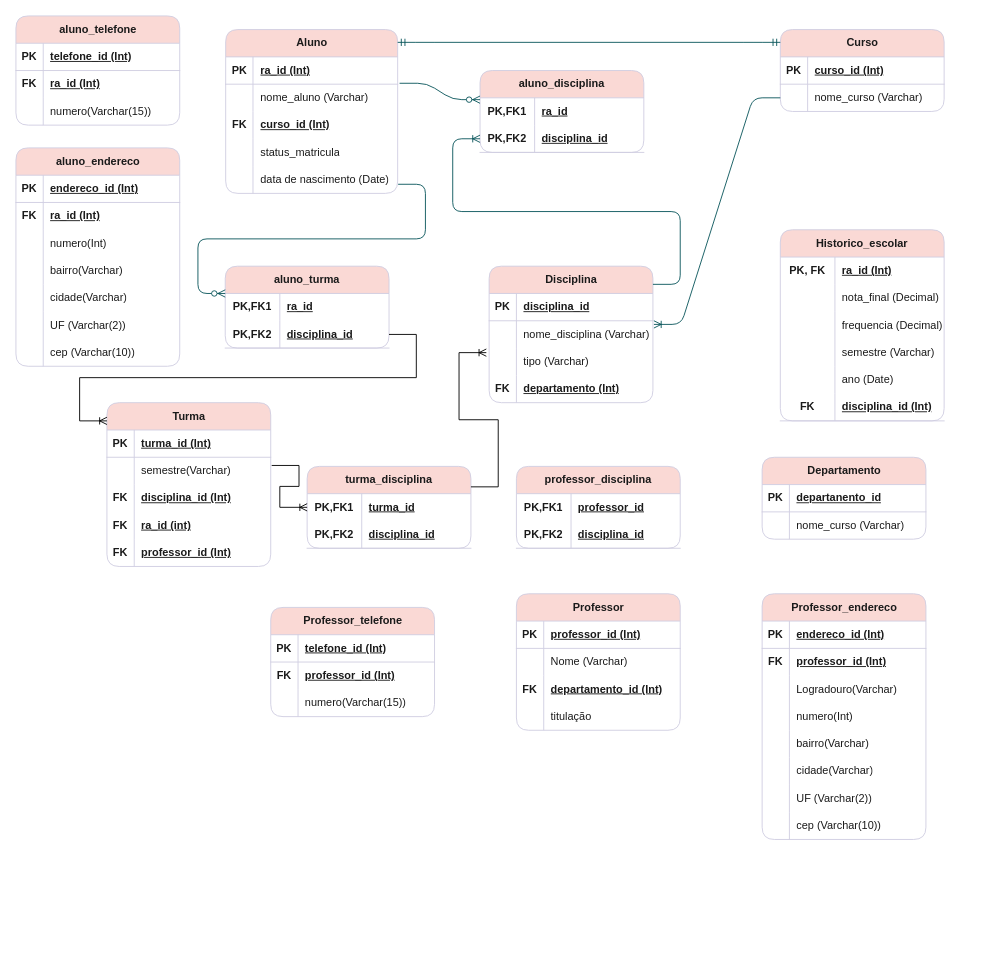
This is faculdadebd.drawio from Laraewellen/Banco-de-dados-teste, a draw.io file, before an edit. Source tidied: cells renumbered, new cells numbered last; positions are measured from the earlier drawing's top-left corner, leaving out a move shared by most shapes. Both pictures are drawn from the tidied source at 91%, with x=0, y=0 at pixel (15, 15).
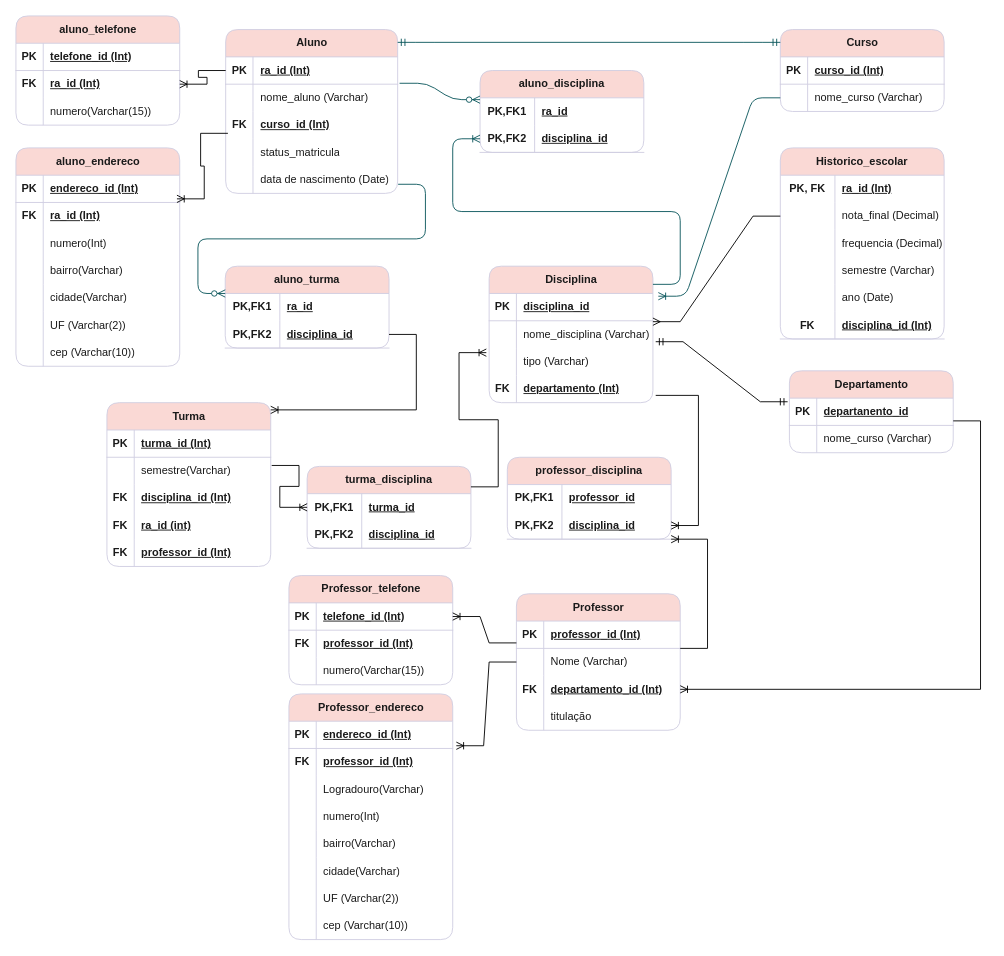
Above is the later version.

The change refers to these unchanged cells:
```xml
<mxCell id="3" style="shape=tableRow;horizontal=0;startSize=0;swimlaneHead=0;swimlaneBody=0;fillColor=none;points=[[0,0.5],[1,0.5]];portConstraint=eastwest;top=0;left=0;right=0;bottom=1;labelBackgroundColor=none;strokeColor=#D0CEE2;fontColor=#1A1A1A;rounded=1;" parent="2" vertex="1">
  <mxGeometry y="30" width="189" height="30" as="geometry" />
</mxCell>
<mxCell id="9" style="shape=tableRow;horizontal=0;startSize=0;swimlaneHead=0;swimlaneBody=0;fillColor=none;points=[[0,0.5],[1,0.5]];portConstraint=eastwest;top=0;left=0;right=0;bottom=0;labelBackgroundColor=none;strokeColor=#D0CEE2;fontColor=#1A1A1A;rounded=1;" parent="2" vertex="1">
  <mxGeometry y="90" width="189" height="30" as="geometry" />
</mxCell>
<mxCell id="19" style="shape=tableRow;horizontal=0;startSize=0;swimlaneHead=0;swimlaneBody=0;fillColor=none;points=[[0,0.5],[1,0.5]];portConstraint=eastwest;top=0;left=0;right=0;bottom=1;labelBackgroundColor=none;strokeColor=#D0CEE2;fontColor=#1A1A1A;rounded=1;" parent="18" vertex="1">
  <mxGeometry y="30" width="180" height="30" as="geometry" />
</mxCell>
<mxCell id="22" style="shape=tableRow;horizontal=0;startSize=0;swimlaneHead=0;swimlaneBody=0;fillColor=none;points=[[0,0.5],[1,0.5]];portConstraint=eastwest;top=0;left=0;right=0;bottom=0;labelBackgroundColor=none;strokeColor=#D0CEE2;fontColor=#1A1A1A;rounded=1;" parent="18" vertex="1">
  <mxGeometry y="60" width="180" height="30" as="geometry" />
</mxCell>
<mxCell id="28" style="shape=tableRow;horizontal=0;startSize=0;swimlaneHead=0;swimlaneBody=0;fillColor=none;points=[[0,0.5],[1,0.5]];portConstraint=eastwest;top=0;left=0;right=0;bottom=0;labelBackgroundColor=none;strokeColor=#D0CEE2;fontColor=#1A1A1A;rounded=1;" parent="18" vertex="1">
  <mxGeometry y="120" width="180" height="30" as="geometry" />
</mxCell>
<mxCell id="35" style="shape=tableRow;horizontal=0;startSize=0;swimlaneHead=0;swimlaneBody=0;fillColor=none;points=[[0,0.5],[1,0.5]];portConstraint=eastwest;top=0;left=0;right=0;bottom=0;labelBackgroundColor=none;strokeColor=#D0CEE2;fontColor=#1A1A1A;rounded=1;" parent="31" vertex="1">
  <mxGeometry y="60" width="180" height="30" as="geometry" />
</mxCell>
<mxCell id="42" style="shape=tableRow;horizontal=0;startSize=0;swimlaneHead=0;swimlaneBody=0;fillColor=none;points=[[0,0.5],[1,0.5]];portConstraint=eastwest;top=0;left=0;right=0;bottom=0;html=1;labelBackgroundColor=none;strokeColor=#D0CEE2;fontColor=#1A1A1A;rounded=1;" parent="38" vertex="1">
  <mxGeometry y="60" width="180" height="30" as="geometry" />
</mxCell>
<mxCell id="58" style="shape=tableRow;horizontal=0;startSize=0;swimlaneHead=0;swimlaneBody=0;fillColor=none;points=[[0,0.5],[1,0.5]];portConstraint=eastwest;top=0;left=0;right=0;bottom=1;labelBackgroundColor=none;strokeColor=#D0CEE2;fontColor=#1A1A1A;rounded=1;" parent="57" vertex="1">
  <mxGeometry y="30" width="180" height="30" as="geometry" />
</mxCell>
<mxCell id="65" style="shape=tableRow;horizontal=0;startSize=0;swimlaneHead=0;swimlaneBody=0;fillColor=none;points=[[0,0.5],[1,0.5]];portConstraint=eastwest;top=0;left=0;right=0;bottom=1;labelBackgroundColor=none;strokeColor=#D0CEE2;fontColor=#1A1A1A;rounded=1;" parent="64" vertex="1">
  <mxGeometry y="30" width="180" height="30" as="geometry" />
</mxCell>
<mxCell id="68" style="shape=tableRow;horizontal=0;startSize=0;swimlaneHead=0;swimlaneBody=0;fillColor=none;points=[[0,0.5],[1,0.5]];portConstraint=eastwest;top=0;left=0;right=0;bottom=0;labelBackgroundColor=none;strokeColor=#D0CEE2;fontColor=#1A1A1A;rounded=1;" parent="64" vertex="1">
  <mxGeometry y="60" width="180" height="30" as="geometry" />
</mxCell>
<mxCell id="71" style="shape=tableRow;horizontal=0;startSize=0;swimlaneHead=0;swimlaneBody=0;fillColor=none;points=[[0,0.5],[1,0.5]];portConstraint=eastwest;top=0;left=0;right=0;bottom=0;labelBackgroundColor=none;strokeColor=#D0CEE2;fontColor=#1A1A1A;rounded=1;" parent="64" vertex="1">
  <mxGeometry y="90" width="180" height="30" as="geometry" />
</mxCell>
<mxCell id="77" value="Turma" style="shape=table;startSize=30;childLayout=tableLayout;rowLines=0;fontStyle=1;align=center;html=1;fillColor=#FAD9D5;strokeColor=#D0CEE2;labelBackgroundColor=none;fontColor=#1A1A1A;rounded=1;" parent="1" vertex="1">
  <mxGeometry x="100" y="425" width="180" height="180" as="geometry" />
</mxCell>
<mxCell id="94" style="shape=tableRow;horizontal=0;startSize=0;swimlaneHead=0;swimlaneBody=0;fillColor=none;points=[[0,0.5],[1,0.5]];portConstraint=eastwest;top=0;left=0;right=0;bottom=1;labelBackgroundColor=none;strokeColor=#D0CEE2;fontColor=#1A1A1A;rounded=1;" parent="93" vertex="1">
  <mxGeometry y="30" width="180" height="30" as="geometry" />
</mxCell>
<mxCell id="107" style="shape=tableRow;horizontal=0;startSize=0;swimlaneHead=0;swimlaneBody=0;fillColor=none;points=[[0,0.5],[1,0.5]];portConstraint=eastwest;top=0;left=0;right=0;bottom=0;labelBackgroundColor=none;strokeColor=#D0CEE2;fontColor=#1A1A1A;rounded=1;" parent="103" vertex="1">
  <mxGeometry y="60" width="180" height="30" as="geometry" />
</mxCell>
<mxCell id="132" style="shape=tableRow;horizontal=0;startSize=0;swimlaneHead=0;swimlaneBody=0;fillColor=none;points=[[0,0.5],[1,0.5]];portConstraint=eastwest;top=0;left=0;right=0;bottom=0;labelBackgroundColor=none;strokeColor=#D0CEE2;fontColor=#1A1A1A;rounded=1;" parent="128" vertex="1">
  <mxGeometry y="60" width="180" height="30" as="geometry" />
</mxCell>
<mxCell id="142" style="shape=tableRow;horizontal=0;startSize=0;swimlaneHead=0;swimlaneBody=0;fillColor=none;points=[[0,0.5],[1,0.5]];portConstraint=eastwest;top=0;left=0;right=0;bottom=0;labelBackgroundColor=none;strokeColor=#D0CEE2;fontColor=#1A1A1A;rounded=1;" parent="138" vertex="1">
  <mxGeometry y="60" width="180" height="30" as="geometry" />
</mxCell>
<mxCell id="164" style="shape=tableRow;horizontal=0;startSize=0;swimlaneHead=0;swimlaneBody=0;fillColor=none;points=[[0,0.5],[1,0.5]];portConstraint=eastwest;top=0;left=0;right=0;bottom=1;html=1;labelBackgroundColor=none;strokeColor=#D0CEE2;fontColor=#1A1A1A;rounded=1;" parent="160" vertex="1">
  <mxGeometry y="60" width="180" height="30" as="geometry" />
</mxCell>
<mxCell id="178" style="shape=tableRow;horizontal=0;startSize=0;swimlaneHead=0;swimlaneBody=0;fillColor=none;points=[[0,0.5],[1,0.5]];portConstraint=eastwest;top=0;left=0;right=0;bottom=1;html=1;labelBackgroundColor=none;strokeColor=#D0CEE2;fontColor=#1A1A1A;rounded=1;" parent="174" vertex="1">
  <mxGeometry y="60" width="180" height="30" as="geometry" />
</mxCell>
```

Change to the diagram source:
```diff
@@
     <mxCell id="38" value="Historico_escolar" style="shape=table;startSize=30;childLayout=tableLayout;rowLines=0;fontStyle=1;align=center;html=1;whiteSpace=wrap;fillColor=#FAD9D5;strokeColor=#D0CEE2;labelBackgroundColor=none;fontColor=#1A1A1A;rounded=1;" parent="1" vertex="1">
-      <mxGeometry x="840" y="235" width="180" height="210" as="geometry" />
+      <mxGeometry x="840" y="145" width="180" height="210" as="geometry" />
     </mxCell>
@@
     <mxCell id="57" value="Departamento" style="shape=table;startSize=30;childLayout=tableLayout;rowLines=0;fontStyle=1;align=center;html=1;fillColor=#FAD9D5;strokeColor=#D0CEE2;labelBackgroundColor=none;fontColor=#1A1A1A;rounded=1;" parent="1" vertex="1">
-      <mxGeometry x="820" y="485" width="180" height="90" as="geometry" />
+      <mxGeometry x="850" y="390" width="180" height="90" as="geometry" />
     </mxCell>
@@
     <mxCell id="93" value="Professor_telefone" style="shape=table;startSize=30;childLayout=tableLayout;rowLines=0;fontStyle=1;align=center;html=1;fillColor=#FAD9D5;strokeColor=#D0CEE2;labelBackgroundColor=none;fontColor=#1A1A1A;rounded=1;" parent="1" vertex="1">
-      <mxGeometry x="280" y="650" width="180" height="120" as="geometry" />
+      <mxGeometry x="300" y="615" width="180" height="120" as="geometry" />
     </mxCell>
@@
     <mxCell id="103" value="Professor_endereco" style="shape=table;startSize=30;childLayout=tableLayout;rowLines=0;fontStyle=1;align=center;html=1;fillColor=#FAD9D5;strokeColor=#D0CEE2;labelBackgroundColor=none;fontColor=#1A1A1A;rounded=1;" parent="1" vertex="1">
-      <mxGeometry x="820" y="635" width="180" height="270" as="geometry" />
+      <mxGeometry x="300" y="745" width="180" height="270" as="geometry" />
     </mxCell>
@@
     <mxCell id="160" value="professor_disciplina" style="shape=table;startSize=30;childLayout=tableLayout;rowLines=0;fontStyle=1;align=center;html=1;whiteSpace=wrap;fillColor=#FAD9D5;strokeColor=#D0CEE2;labelBackgroundColor=none;fontColor=#1A1A1A;rounded=1;" parent="1" vertex="1">
-      <mxGeometry x="550" y="495" width="180" height="90" as="geometry" />
+      <mxGeometry x="540" y="485" width="180" height="90" as="geometry" />
     </mxCell>
@@
-    <mxCell id="182" style="edgeStyle=entityRelationEdgeStyle;fontSize=12;html=1;endArrow=ERoneToMany;rounded=1;entryX=1.006;entryY=0.133;entryDx=0;entryDy=0;entryPerimeter=0;labelBackgroundColor=none;strokeColor=#09555B;fontColor=default;" parent="1" edge="1" source="35" target="22">
+    <mxCell id="182" style="edgeStyle=entityRelationEdgeStyle;fontSize=12;html=1;endArrow=ERoneToMany;rounded=1;entryX=1.033;entryY=0.1;entryDx=0;entryDy=0;entryPerimeter=0;labelBackgroundColor=none;strokeColor=#09555B;fontColor=default;" parent="1" edge="1" source="35" target="19">
       <mxGeometry relative="1" as="geometry">
         <Array as="points">
           <mxPoint x="770" y="205" />
           <mxPoint x="790" y="275" />
           <mxPoint x="710" y="195" />
         </Array>
       </mxGeometry>
     </mxCell>
@@
-    <mxCell id="186" style="edgeStyle=entityRelationEdgeStyle;fontSize=12;html=1;endArrow=ERoneToMany;rounded=0;" parent="1" edge="1" source="178">
-      <mxGeometry relative="1" as="geometry">
-        <mxPoint x="100" y="445" as="targetPoint" />
-      </mxGeometry>
+    <mxCell id="186" style="edgeStyle=entityRelationEdgeStyle;fontSize=12;html=1;endArrow=ERoneToMany;rounded=0;entryX=1;entryY=0.044;entryDx=0;entryDy=0;entryPerimeter=0;" parent="1" edge="1" source="178" target="77">
+      <mxGeometry relative="1" as="geometry" />
     </mxCell>
@@
+    <mxCell id="196" style="edgeStyle=entityRelationEdgeStyle;fontSize=12;html=1;endArrow=ERoneToMany;rounded=0;exitX=1.017;exitY=0.733;exitDx=0;exitDy=0;exitPerimeter=0;" parent="1" edge="1" source="28" target="164">
+      <mxGeometry relative="1" as="geometry" />
+    </mxCell>
+    <mxCell id="197" style="edgeStyle=entityRelationEdgeStyle;fontSize=12;html=1;endArrow=ERoneToMany;rounded=0;entryX=1;entryY=1;entryDx=0;entryDy=0;entryPerimeter=0;" parent="1" edge="1" target="164">
+      <mxGeometry relative="1" as="geometry">
+        <mxPoint x="730" y="695" as="sourcePoint" />
+      </mxGeometry>
+    </mxCell>
+    <mxCell id="198" style="edgeStyle=entityRelationEdgeStyle;fontSize=12;html=1;endArrow=ERmany;rounded=0;exitX=0;exitY=0.5;exitDx=0;exitDy=0;entryX=1;entryY=0.033;entryDx=0;entryDy=0;entryPerimeter=0;" parent="1" edge="1" source="42" target="22">
+      <mxGeometry relative="1" as="geometry" />
+    </mxCell>
+    <mxCell id="199" style="edgeStyle=entityRelationEdgeStyle;fontSize=12;html=1;endArrow=ERmandOne;startArrow=ERmandOne;rounded=0;entryX=-0.011;entryY=0.133;entryDx=0;entryDy=0;entryPerimeter=0;exitX=1.017;exitY=0.767;exitDx=0;exitDy=0;exitPerimeter=0;" parent="1" edge="1" source="22" target="58">
+      <mxGeometry relative="1" as="geometry" />
+    </mxCell>
+    <mxCell id="200" style="edgeStyle=entityRelationEdgeStyle;fontSize=12;html=1;endArrow=ERoneToMany;rounded=0;" parent="1" edge="1" target="71">
+      <mxGeometry relative="1" as="geometry">
+        <mxPoint x="1030" y="445" as="sourcePoint" />
+      </mxGeometry>
+    </mxCell>
+    <mxCell id="201" style="edgeStyle=entityRelationEdgeStyle;fontSize=12;html=1;endArrow=ERoneToMany;rounded=0;entryX=1;entryY=0.5;entryDx=0;entryDy=0;exitX=0;exitY=0.8;exitDx=0;exitDy=0;exitPerimeter=0;" parent="1" edge="1" source="65" target="94">
+      <mxGeometry relative="1" as="geometry" />
+    </mxCell>
+    <mxCell id="202" style="edgeStyle=entityRelationEdgeStyle;fontSize=12;html=1;endArrow=ERoneToMany;rounded=0;entryX=1.022;entryY=-0.1;entryDx=0;entryDy=0;exitX=0;exitY=0.5;exitDx=0;exitDy=0;entryPerimeter=0;" parent="1" edge="1" source="68" target="107">
+      <mxGeometry relative="1" as="geometry" />
+    </mxCell>
+    <mxCell id="203" style="edgeStyle=entityRelationEdgeStyle;fontSize=12;html=1;endArrow=ERoneToMany;rounded=0;entryX=0.983;entryY=-0.133;entryDx=0;entryDy=0;exitX=0.013;exitY=0.8;exitDx=0;exitDy=0;entryPerimeter=0;exitPerimeter=0;" parent="1" edge="1" source="9" target="142">
+      <mxGeometry relative="1" as="geometry" />
+    </mxCell>
+    <mxCell id="204" style="edgeStyle=entityRelationEdgeStyle;fontSize=12;html=1;endArrow=ERoneToMany;rounded=0;exitX=0;exitY=0.5;exitDx=0;exitDy=0;" parent="1" edge="1" source="3" target="132">
+      <mxGeometry relative="1" as="geometry" />
+    </mxCell>
```
